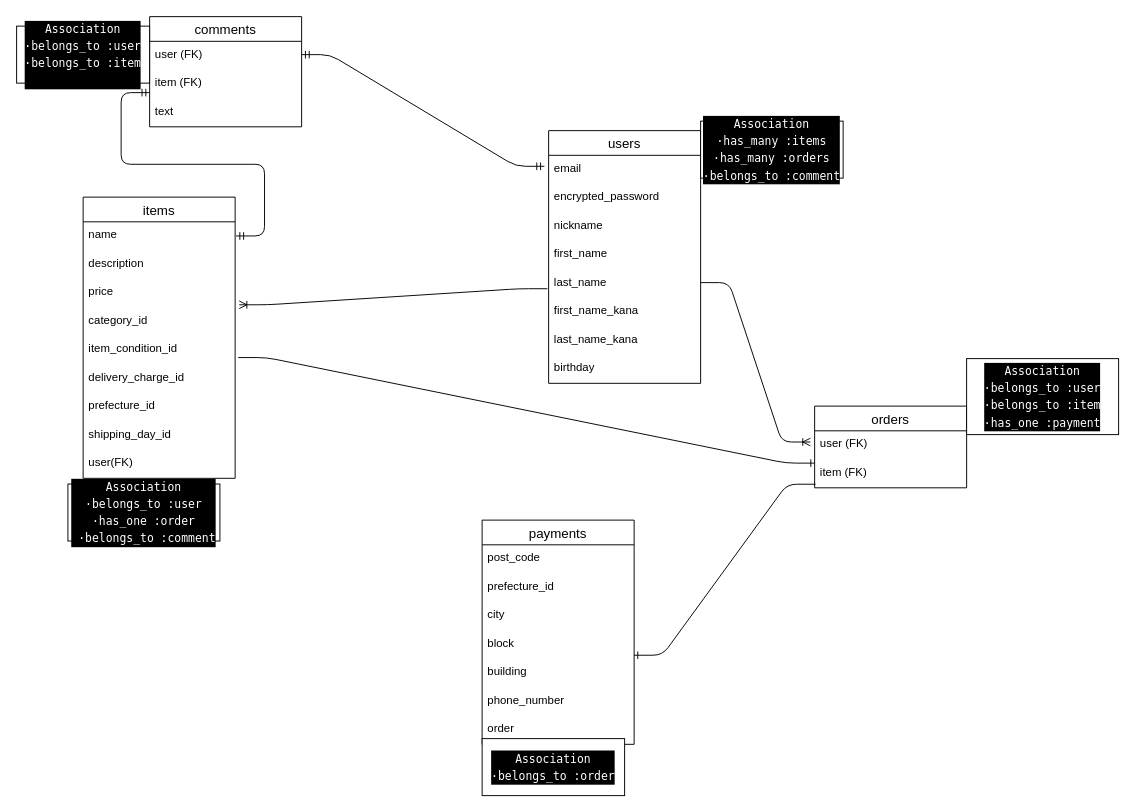
This is furima-er.dio from miyotake/furima-38413, a draw.io file, before an edit. Source tidied: cells renumbered, new cells numbered last; positions are measured from the earlier drawing's top-left corner, leaving out a move shared by most shapes. Both pictures are drawn from the tidied source at 95%, with x=0, y=0 at pixel (16, 16).
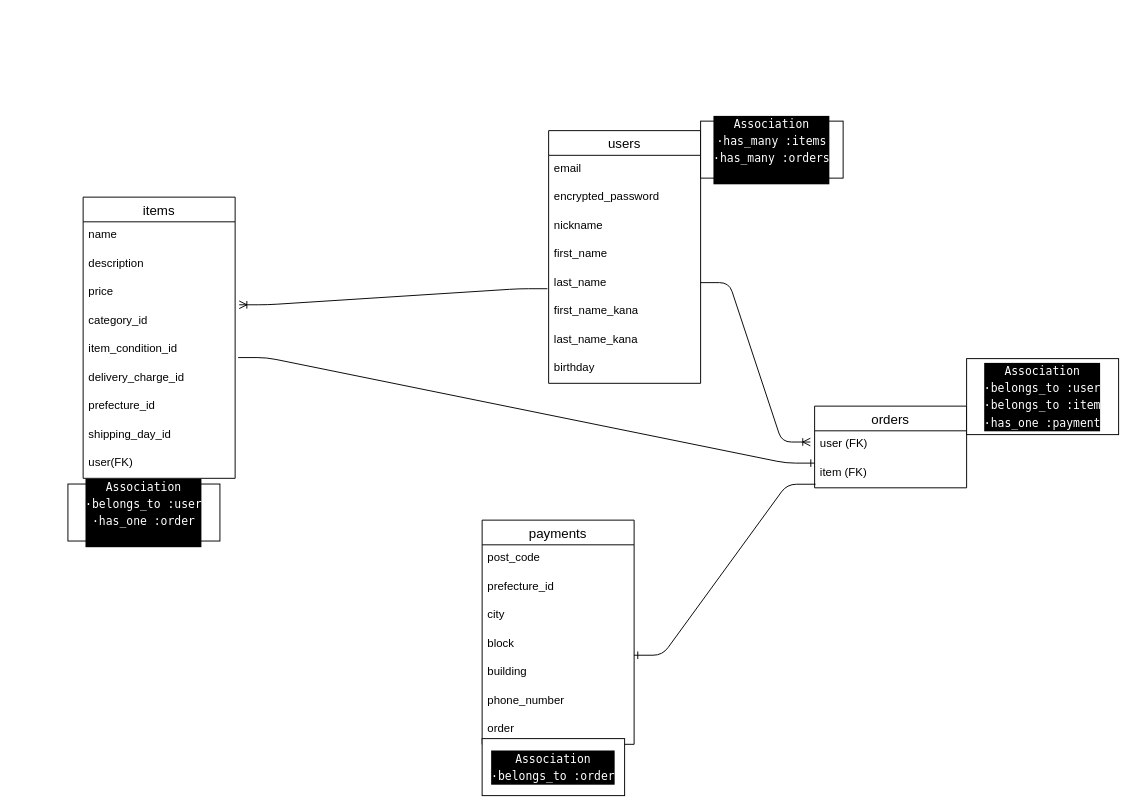
After the change.

Commit message (it also covers changes not shown here):
コメントテーブル削除

Unchanged cells that the change refers to:
```xml
<mxCell id="3" value="name" style="text;strokeColor=none;fillColor=none;spacingLeft=4;spacingRight=4;overflow=hidden;points=[[0,0.5],[1,0.5]];portConstraint=eastwest;fontSize=12;" parent="2" vertex="1">
  <mxGeometry y="26" width="160" height="30" as="geometry" />
</mxCell>
<mxCell id="23" value="email" style="text;strokeColor=none;fillColor=none;spacingLeft=4;spacingRight=4;overflow=hidden;points=[[0,0.5],[1,0.5]];portConstraint=eastwest;fontSize=12;" parent="22" vertex="1">
  <mxGeometry y="26" width="160" height="30" as="geometry" />
</mxCell>
```

Diff of the diagram source:
```diff
@@
-    <mxCell id="12" value="&lt;div style=&quot;color: rgb(255 , 255 , 255) ; background-color: rgb(0 , 0 , 0) ; font-family: &amp;#34;menlo&amp;#34; , &amp;#34;monaco&amp;#34; , &amp;#34;courier new&amp;#34; , monospace ; line-height: 18px&quot;&gt;&lt;div&gt;Association&lt;/div&gt;&lt;div&gt;·belongs_to :user&lt;/div&gt;&lt;div&gt;·has_one :order&lt;/div&gt;&lt;div&gt;&amp;nbsp;·belongs_to :comment&lt;br&gt;&lt;/div&gt;&lt;/div&gt;" style="rounded=0;whiteSpace=wrap;html=1;fillColor=#FFFFFF;" parent="1" vertex="1">
+    <mxCell id="12" value="&lt;div style=&quot;color: rgb(255 , 255 , 255) ; background-color: rgb(0 , 0 , 0) ; font-family: &amp;#34;menlo&amp;#34; , &amp;#34;monaco&amp;#34; , &amp;#34;courier new&amp;#34; , monospace ; line-height: 18px&quot;&gt;&lt;div&gt;Association&lt;/div&gt;&lt;div&gt;·belongs_to :user&lt;/div&gt;&lt;div&gt;·has_one :order&lt;/div&gt;&lt;div&gt;&lt;br&gt;&lt;/div&gt;&lt;/div&gt;" style="rounded=0;whiteSpace=wrap;html=1;fillColor=#FFFFFF;" parent="1" vertex="1">
       <mxGeometry x="54" y="492" width="160" height="60" as="geometry" />
     </mxCell>
@@
-    <mxCell id="31" value="&lt;div style=&quot;color: rgb(255 , 255 , 255) ; background-color: rgb(0 , 0 , 0) ; font-family: &amp;#34;menlo&amp;#34; , &amp;#34;monaco&amp;#34; , &amp;#34;courier new&amp;#34; , monospace ; line-height: 18px&quot;&gt;&lt;div&gt;Association&lt;/div&gt;&lt;div&gt;·has_many :items&lt;/div&gt;&lt;div&gt;·has_many :orders&lt;/div&gt;&lt;div&gt;·belongs_to :comment&lt;br&gt;&lt;/div&gt;&lt;/div&gt;" style="rounded=0;whiteSpace=wrap;html=1;fillColor=#FFFFFF;" parent="1" vertex="1">
+    <mxCell id="31" value="&lt;div style=&quot;color: rgb(255 , 255 , 255) ; background-color: rgb(0 , 0 , 0) ; font-family: &amp;#34;menlo&amp;#34; , &amp;#34;monaco&amp;#34; , &amp;#34;courier new&amp;#34; , monospace ; line-height: 18px&quot;&gt;&lt;div&gt;Association&lt;/div&gt;&lt;div&gt;·has_many :items&lt;/div&gt;&lt;div&gt;·has_many :orders&lt;/div&gt;&lt;div&gt;&lt;br&gt;&lt;/div&gt;&lt;/div&gt;" style="rounded=0;whiteSpace=wrap;html=1;fillColor=#FFFFFF;" parent="1" vertex="1">
       <mxGeometry x="720" y="110" width="150" height="60" as="geometry" />
     </mxCell>
@@
-    <mxCell id="36" value="comments" style="swimlane;fontStyle=0;horizontal=1;startSize=26;align=center;fontSize=14;fillColor=#FFFFFF;" parent="1" vertex="1">
-      <mxGeometry x="140" width="160" height="116" as="geometry" />
-    </mxCell>
-    <mxCell id="37" value="user (FK)" style="text;strokeColor=none;fillColor=none;spacingLeft=4;spacingRight=4;overflow=hidden;fontSize=12;" parent="36" vertex="1">
-      <mxGeometry y="26" width="160" height="30" as="geometry" />
-    </mxCell>
-    <mxCell id="38" value="item (FK)" style="text;strokeColor=none;fillColor=none;spacingLeft=4;spacingRight=4;overflow=hidden;fontSize=12;" parent="36" vertex="1">
-      <mxGeometry y="56" width="160" height="30" as="geometry" />
-    </mxCell>
-    <mxCell id="39" value="text" style="text;strokeColor=none;fillColor=none;spacingLeft=4;spacingRight=4;overflow=hidden;fontSize=12;" parent="36" vertex="1">
-      <mxGeometry y="86" width="160" height="30" as="geometry" />
-    </mxCell>
-    <mxCell id="40" value="&lt;div style=&quot;color: rgb(255 , 255 , 255) ; background-color: rgb(0 , 0 , 0) ; font-family: &amp;#34;menlo&amp;#34; , &amp;#34;monaco&amp;#34; , &amp;#34;courier new&amp;#34; , monospace ; line-height: 18px&quot;&gt;&lt;div&gt;Association&lt;/div&gt;&lt;div&gt;·belongs_to :user&lt;/div&gt;&lt;div&gt;·belongs_to :item&lt;/div&gt;&lt;br&gt;&lt;/div&gt;" style="rounded=0;whiteSpace=wrap;html=1;fillColor=#FFFFFF;" parent="1" vertex="1">
-      <mxGeometry y="10" width="140" height="60" as="geometry" />
-    </mxCell>
@@
-    <mxCell id="43" style="edgeStyle=entityRelationEdgeStyle;fontSize=12;html=1;endArrow=ERmandOne;startArrow=ERmandOne;fontColor=#0A0A0A;exitX=1.006;exitY=0.496;exitDx=0;exitDy=0;exitPerimeter=0;" parent="1" edge="1" source="3">
-      <mxGeometry relative="1" as="geometry">
-        <mxPoint x="140" y="80" as="targetPoint" />
-      </mxGeometry>
-    </mxCell>
-    <mxCell id="44" style="edgeStyle=entityRelationEdgeStyle;fontSize=12;html=1;endArrow=ERmandOne;startArrow=ERmandOne;fontColor=#0A0A0A;entryX=-0.028;entryY=0.385;entryDx=0;entryDy=0;entryPerimeter=0;" parent="1" edge="1" target="23">
-      <mxGeometry relative="1" as="geometry">
-        <mxPoint x="300" y="40" as="sourcePoint" />
-      </mxGeometry>
-    </mxCell>
```
